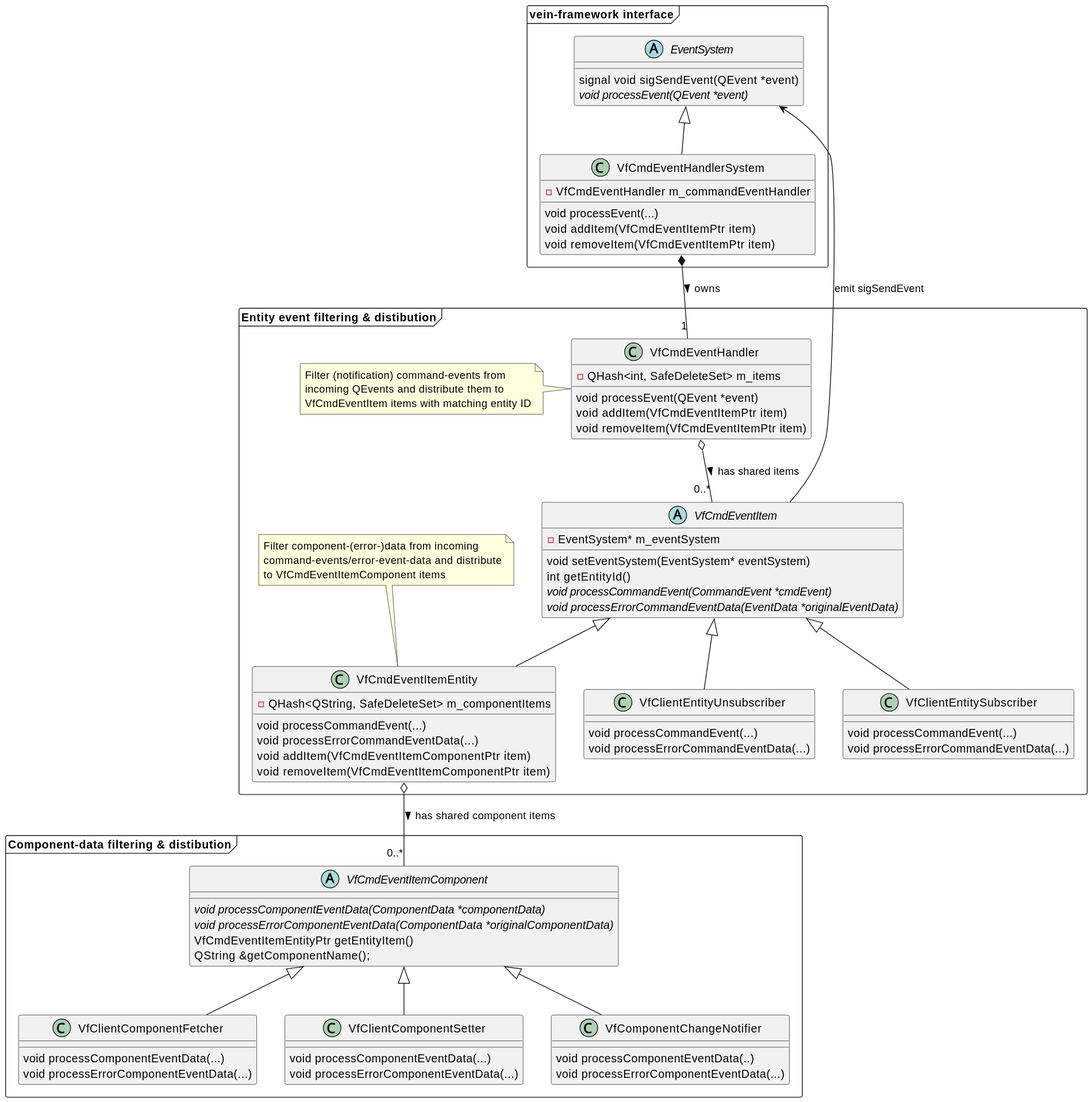
The PlantUML diagram convenient-code/doc/convenient-code-uml.svg in ZeraGmbH/vein-framework, before a commit.
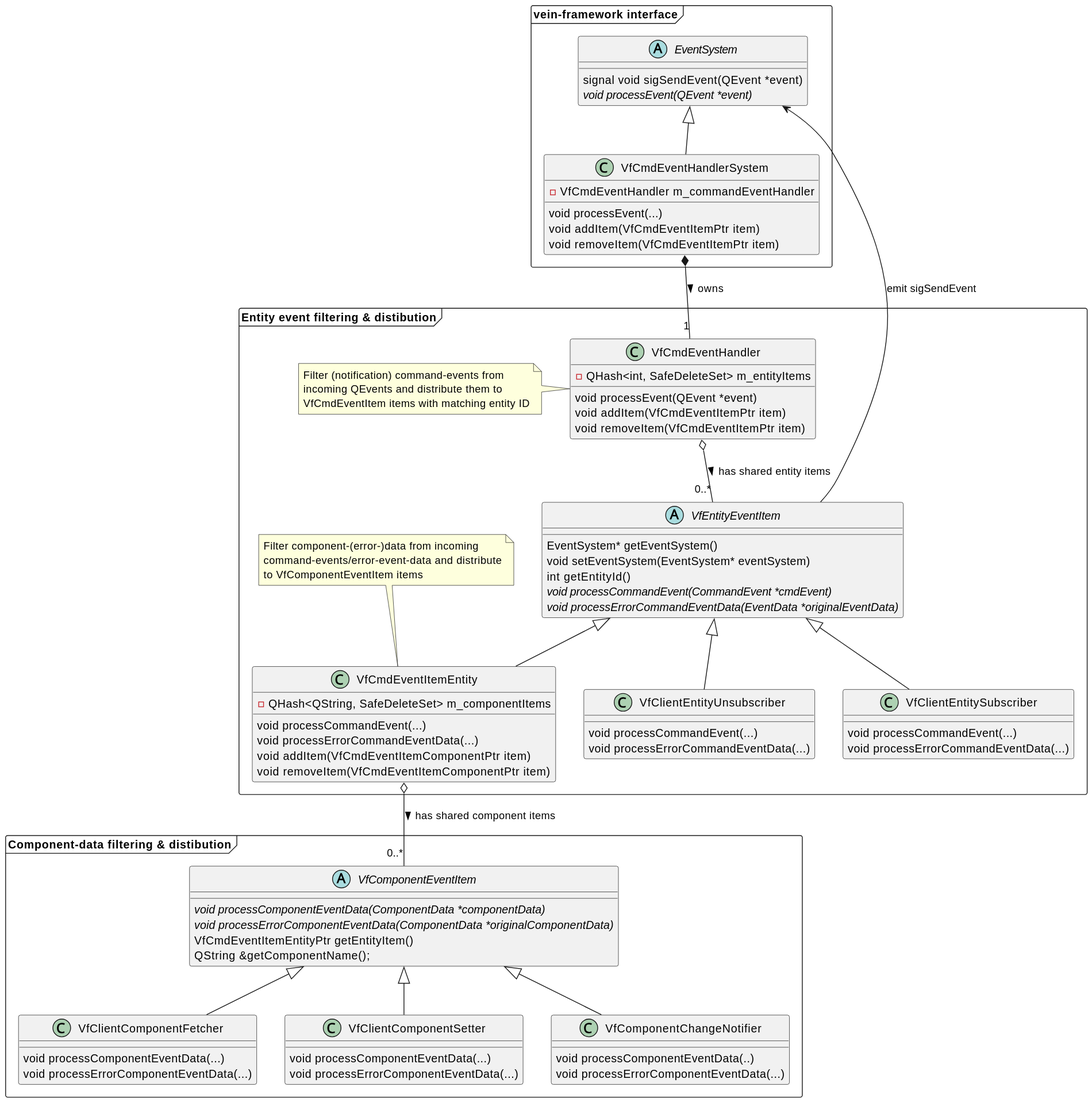
The same diagram one commit later.

Change to the diagram source:
```diff
@@ -19,16 +19,16 @@
         void processEvent(QEvent *event)
         void addItem(VfCmdEventItemPtr item)
         void removeItem(VfCmdEventItemPtr item)
-        -QHash<int, SafeDeleteSet> m_items
+        -QHash<int, SafeDeleteSet> m_entityItems
     }
     note left: Filter (notification) command-events from\nincoming QEvents and distribute them to\nVfCmdEventItem items with matching entity ID
 
-    abstract class VfCmdEventItem {
+    abstract class VfEntityEventItem {
+        EventSystem* getEventSystem()
         void setEventSystem(EventSystem* eventSystem)
         int getEntityId()
         {abstract} void processCommandEvent(CommandEvent *cmdEvent)
         {abstract} void processErrorCommandEventData(EventData *originalEventData)
-        -EventSystem* m_eventSystem
     }
 
     class VfClientEntitySubscriber {
@@ -48,11 +48,11 @@
         void removeItem(VfCmdEventItemComponentPtr item)
         -QHash<QString, SafeDeleteSet> m_componentItems
     }
-    note top of VfCmdEventItemEntity: Filter component-(error-)data from incoming\ncommand-events/error-event-data and distribute\nto VfCmdEventItemComponent items
+    note top of VfCmdEventItemEntity: Filter component-(error-)data from incoming\ncommand-events/error-event-data and distribute\nto VfComponentEventItem items
 }
 
 package "Component-data filtering & distibution" <<Frame>> {
-abstract class VfCmdEventItemComponent {
+abstract class VfComponentEventItem {
     {abstract} void processComponentEventData(ComponentData *componentData)
     {abstract} void processErrorComponentEventData(ComponentData *originalComponentData)
     VfCmdEventItemEntityPtr getEntityItem()
@@ -78,18 +78,18 @@
 EventSystem <|-- VfCmdEventHandlerSystem
 
 VfCmdEventHandlerSystem *-- "1" VfCmdEventHandler : owns >
-VfCmdEventHandler o-- "0..*" VfCmdEventItem : has shared items >
+VfCmdEventHandler o-- "0..*" VfEntityEventItem : has shared entity items >
 
-EventSystem <-- VfCmdEventItem: emit sigSendEvent
+EventSystem <-- VfEntityEventItem: emit sigSendEvent
 
-VfCmdEventItem <|-- VfClientEntitySubscriber
-VfCmdEventItem <|-- VfClientEntityUnsubscriber
+VfEntityEventItem <|-- VfClientEntitySubscriber
+VfEntityEventItem <|-- VfClientEntityUnsubscriber
 
-VfCmdEventItem <|-- VfCmdEventItemEntity
-VfCmdEventItemEntity o-- "0..*" VfCmdEventItemComponent : has shared component items >
+VfEntityEventItem <|-- VfCmdEventItemEntity
+VfCmdEventItemEntity o-- "0..*" VfComponentEventItem : has shared component items >
 
-VfCmdEventItemComponent <|-- VfClientComponentFetcher
-VfCmdEventItemComponent <|-- VfClientComponentSetter
-VfCmdEventItemComponent <|-- VfComponentChangeNotifier
+VfComponentEventItem <|-- VfClientComponentFetcher
+VfComponentEventItem <|-- VfClientComponentSetter
+VfComponentEventItem <|-- VfComponentChangeNotifier
 
 @endum
```
